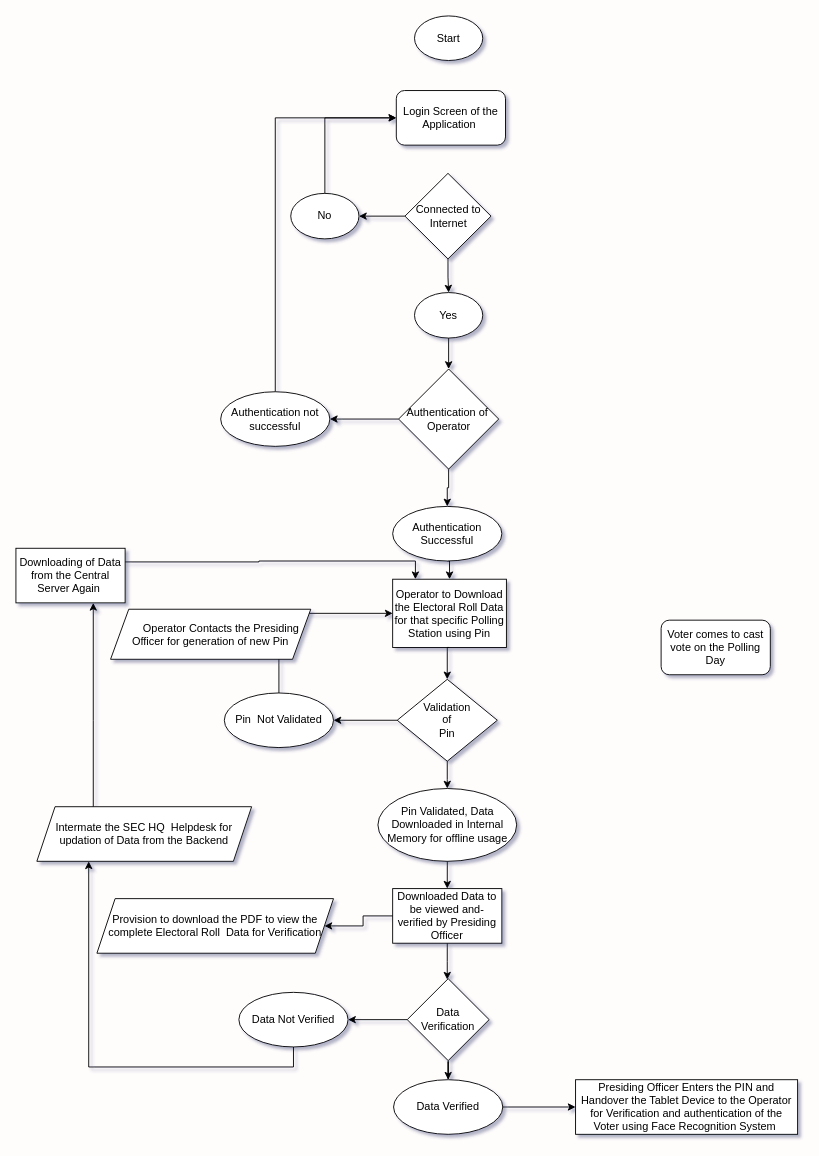
This is page "Operator" (1 of 2) of Untitled Diagram.drawio from KushKD/draw_io, a draw.io file, before an edit. Source tidied: cells renumbered, new cells numbered last; positions are measured from the earlier drawing's top-left corner, leaving out a move shared by most shapes. Both pictures are drawn from the tidied source at 91%, with x=0, y=0 at pixel (15, 15).
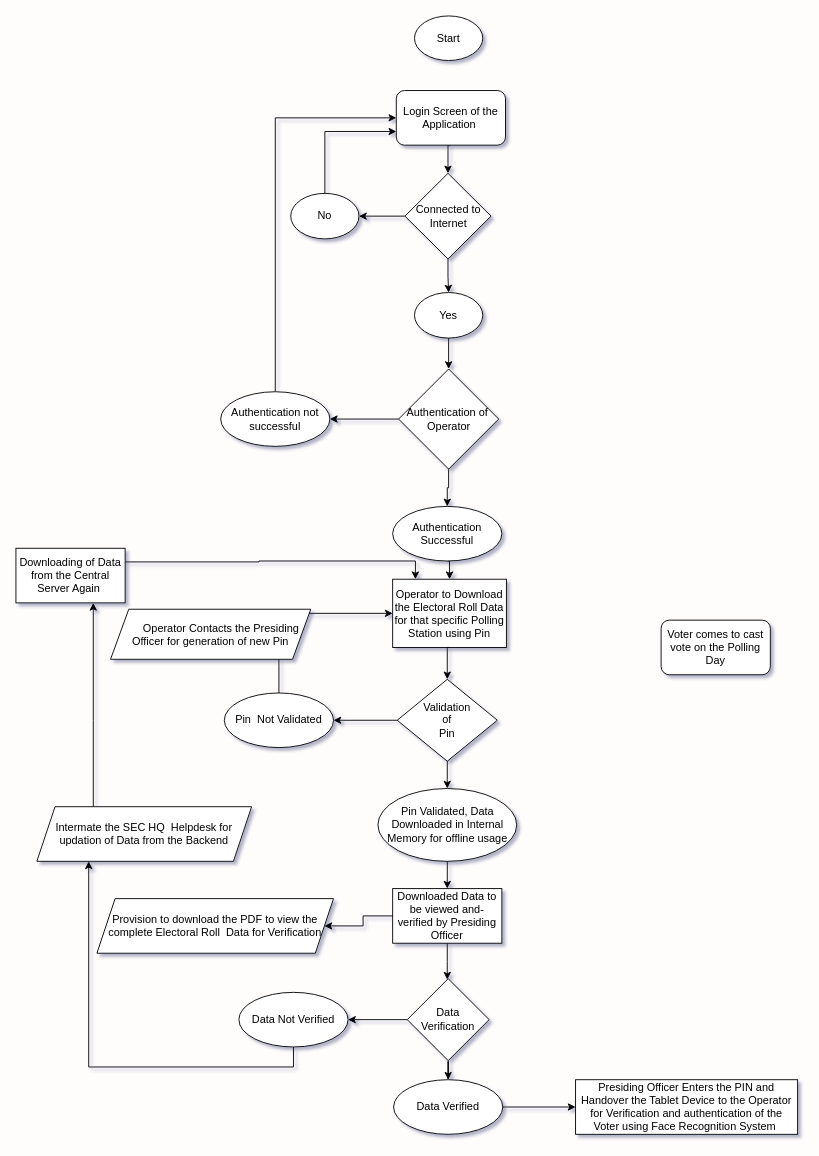
Above is the later version.

Unchanged cells that the change refers to:
```xml
<mxCell id="2" style="group;" parent="1" vertex="1">
  <mxGeometry x="9" width="850" height="1229" as="geometry" />
</mxCell>
<mxCell id="4" value="Login Screen of the Application&amp;nbsp;" style="rounded=1;whiteSpace=wrap;html=1;" parent="2" vertex="1">
  <mxGeometry x="409" y="82" width="120" height="60" as="geometry" />
</mxCell>
<mxCell id="39" value="Connected to Internet" style="rhombus;whiteSpace=wrap;html=1;fontSize=12;" parent="2" vertex="1">
  <mxGeometry x="418.5" y="173" width="94.6" height="94" as="geometry" />
</mxCell>
<mxCell id="45" value="No" style="ellipse;whiteSpace=wrap;html=1;fontSize=12;" parent="2" vertex="1">
  <mxGeometry x="293" y="195" width="75" height="50" as="geometry" />
</mxCell>
```

What changed in the source:
```diff
@@
+    <mxCell id="47" style="edgeStyle=orthogonalEdgeStyle;rounded=0;jettySize=auto;html=1;exitX=0.5;exitY=1;exitDx=0;exitDy=0;entryX=0.5;entryY=0;entryDx=0;entryDy=0;" parent="2" edge="1" source="4" target="39">
+      <mxGeometry relative="1" as="geometry" />
+    </mxCell>
@@
-    <mxCell id="44" style="edgeStyle=orthogonalEdgeStyle;rounded=0;jettySize=auto;html=1;exitX=0.5;exitY=0;exitDx=0;exitDy=0;entryX=0;entryY=0.5;entryDx=0;entryDy=0;fontSize=12;" parent="2" edge="1" source="45" target="4">
+    <mxCell id="44" style="edgeStyle=orthogonalEdgeStyle;rounded=0;jettySize=auto;html=1;exitX=0.5;exitY=0;exitDx=0;exitDy=0;entryX=0;entryY=0.75;entryDx=0;entryDy=0;" parent="2" edge="1" source="45" target="4">
       <mxGeometry relative="1" as="geometry" />
     </mxCell>
```
